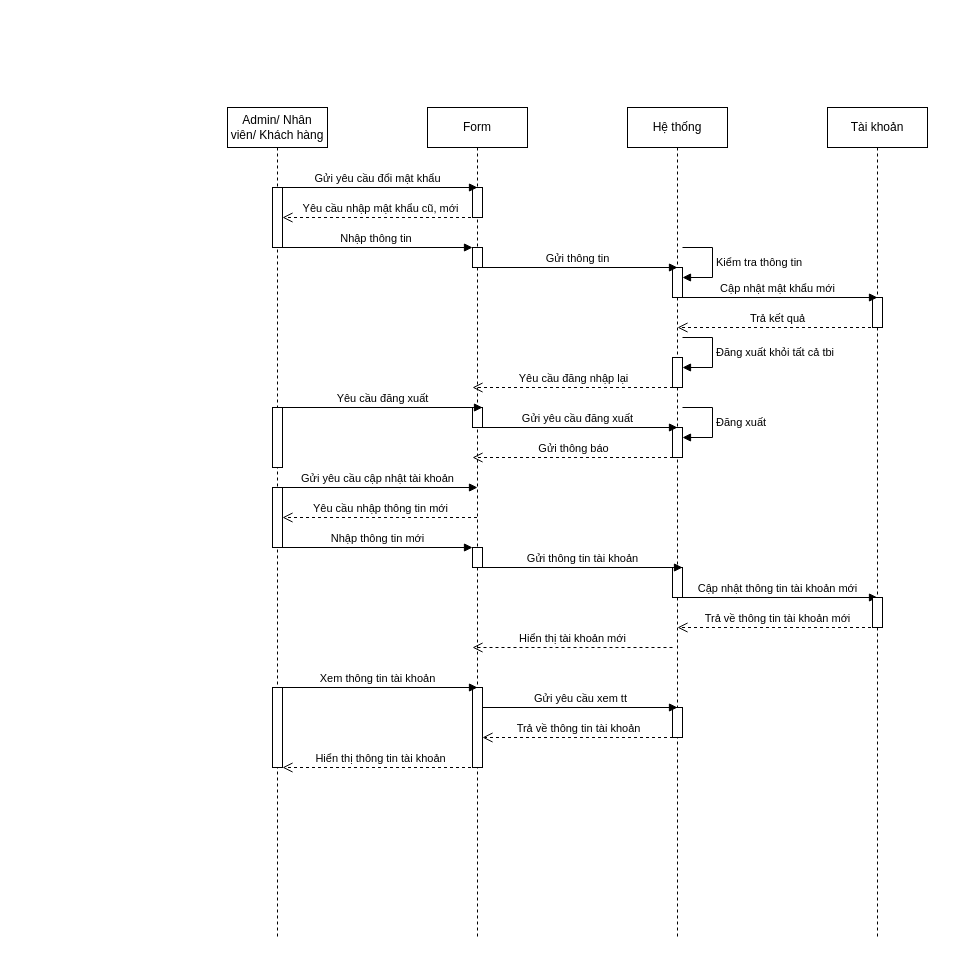
Above: page "Page-1" (1 of 5) of SD/SD_QUANLYTAIKHOANCANHAN.drawio in hieuNV0871/da (draw.io), before the change. Source tidied: cells renumbered, new cells numbered last; positions are measured from the earlier drawing's top-left corner, leaving out a move shared by most shapes. Both pictures are drawn from the tidied source at 100%, with x=0, y=0 at pixel (227, 107).
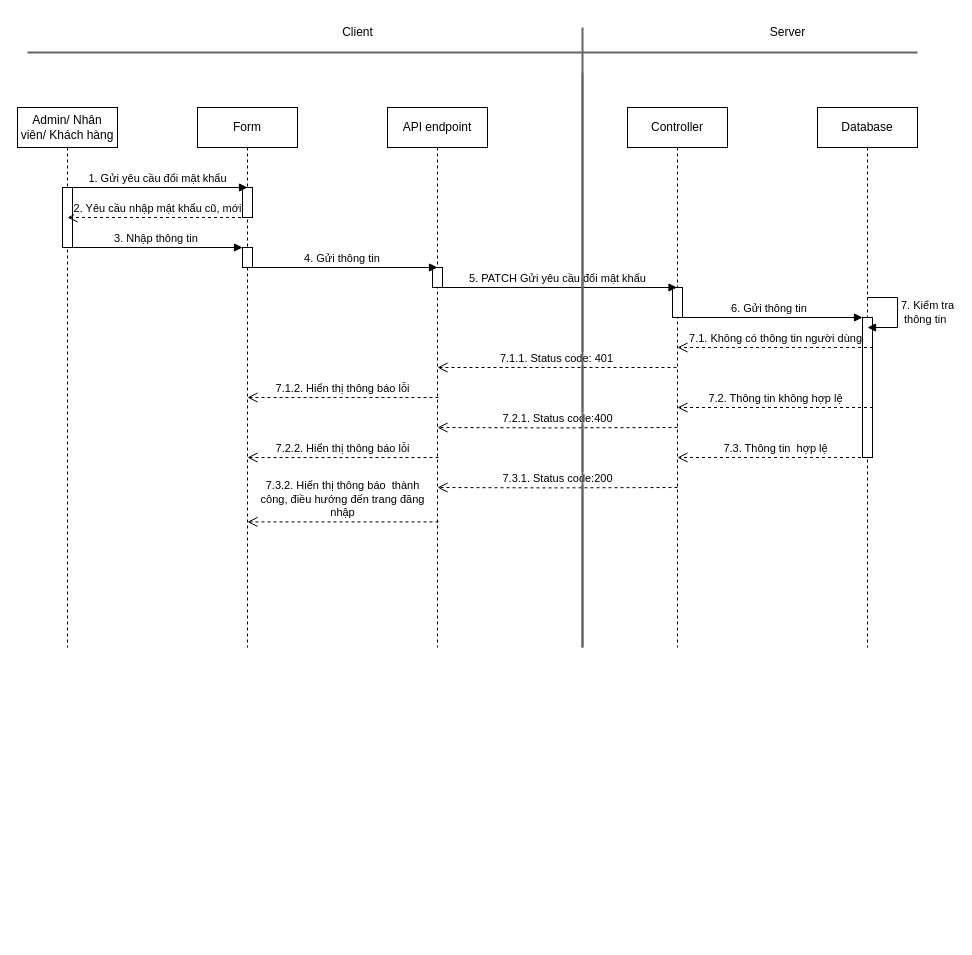
The same page after the edit.

Unchanged cells that the change refers to:
```xml
<mxCell id="3" style="html=1;points=[[0,0,0,0,5],[0,1,0,0,-5],[1,0,0,0,5],[1,1,0,0,-5]];perimeter=orthogonalPerimeter;outlineConnect=0;targetShapes=umlLifeline;portConstraint=eastwest;newEdgeStyle={&quot;curved&quot;:0,&quot;rounded&quot;:0};" parent="2" vertex="1">
  <mxGeometry x="45" y="80" width="10" height="60" as="geometry" />
</mxCell>
<mxCell id="7" style="html=1;points=[[0,0,0,0,5],[0,1,0,0,-5],[1,0,0,0,5],[1,1,0,0,-5]];perimeter=orthogonalPerimeter;outlineConnect=0;targetShapes=umlLifeline;portConstraint=eastwest;newEdgeStyle={&quot;curved&quot;:0,&quot;rounded&quot;:0};" parent="5" vertex="1">
  <mxGeometry x="45" y="140" width="10" height="20" as="geometry" />
</mxCell>
```

Diff of the diagram source:
```diff
@@
     <mxCell id="2" value="Admin/ Nhân viên/ Khách hàng" style="shape=umlLifeline;perimeter=lifelinePerimeter;whiteSpace=wrap;html=1;newEdgeStyle={&quot;curved&quot;:0,&quot;rounded&quot;:0};" parent="1" vertex="1">
-      <mxGeometry width="100" height="830" as="geometry" />
+      <mxGeometry x="-210" width="100" height="540" as="geometry" />
     </mxCell>
@@
-    <mxCell id="4" style="html=1;perimeter=orthogonalPerimeter;targetShapes=umlLifeline;newEdgeStyle={&quot;curved&quot;:0,&quot;rounded&quot;:0};" parent="2" vertex="1">
-      <mxGeometry x="45" y="300" width="10" height="60" as="geometry" />
-    </mxCell>
     <mxCell id="5" value="Form" style="shape=umlLifeline;perimeter=lifelinePerimeter;whiteSpace=wrap;html=1;newEdgeStyle={&quot;curved&quot;:0,&quot;rounded&quot;:0};" parent="1" vertex="1">
-      <mxGeometry x="200" width="100" height="830" as="geometry" />
+      <mxGeometry x="-30" width="100" height="540" as="geometry" />
     </mxCell>
@@
-    <mxCell id="8" style="html=1;perimeter=orthogonalPerimeter;targetShapes=umlLifeline;newEdgeStyle={&quot;curved&quot;:0,&quot;rounded&quot;:0};" parent="5" vertex="1">
-      <mxGeometry x="45" y="300" width="10" height="20" as="geometry" />
-    </mxCell>
-    <mxCell id="9" style="html=1;points=[[0,0,0,0,5],[0,1,0,0,-5],[1,0,0,0,5],[1,1,0,0,-5]];perimeter=orthogonalPerimeter;outlineConnect=0;targetShapes=umlLifeline;portConstraint=eastwest;newEdgeStyle={&quot;curved&quot;:0,&quot;rounded&quot;:0};" parent="5" vertex="1">
-      <mxGeometry x="45" y="580" width="10" height="80" as="geometry" />
-    </mxCell>
-    <mxCell id="10" value="Hệ thống" style="shape=umlLifeline;perimeter=lifelinePerimeter;whiteSpace=wrap;html=1;outlineConnect=0;portConstraint=eastwest;newEdgeStyle={&quot;curved&quot;:0,&quot;rounded&quot;:0};" parent="1" vertex="1">
-      <mxGeometry x="400" width="100" height="830" as="geometry" />
+    <mxCell id="10" value="Controller" style="shape=umlLifeline;perimeter=lifelinePerimeter;whiteSpace=wrap;html=1;outlineConnect=0;portConstraint=eastwest;newEdgeStyle={&quot;curved&quot;:0,&quot;rounded&quot;:0};" parent="1" vertex="1">
+      <mxGeometry x="400" width="100" height="540" as="geometry" />
     </mxCell>
     <mxCell id="11" style="html=1;points=[[0,0,0,0,5],[0,1,0,0,-5],[1,0,0,0,5],[1,1,0,0,-5]];perimeter=orthogonalPerimeter;outlineConnect=0;targetShapes=umlLifeline;portConstraint=eastwest;newEdgeStyle={&quot;curved&quot;:0,&quot;rounded&quot;:0};" parent="10" vertex="1">
-      <mxGeometry x="45" y="160" width="10" height="30" as="geometry" />
+      <mxGeometry x="45" y="180" width="10" height="30" as="geometry" />
     </mxCell>
-    <mxCell id="12" value="Kiểm tra thông tin" style="html=1;align=left;spacingLeft=2;endArrow=block;rounded=0;edgeStyle=orthogonalEdgeStyle;curved=0;rounded=0;" parent="10" edge="1" target="11">
-      <mxGeometry relative="1" as="geometry">
-        <mxPoint x="55" y="140" as="sourcePoint" />
-        <Array as="points">
-          <mxPoint x="85" y="170" />
-        </Array>
-      </mxGeometry>
-    </mxCell>
-    <mxCell id="13" style="html=1;perimeter=orthogonalPerimeter;targetShapes=umlLifeline;newEdgeStyle={&quot;curved&quot;:0,&quot;rounded&quot;:0};" parent="10" vertex="1">
-      <mxGeometry x="45" y="460" width="10" height="30" as="geometry" />
-    </mxCell>
-    <mxCell id="14" value="Gửi yêu cầu cập nhật tài khoản" style="html=1;verticalAlign=bottom;endArrow=block;curved=0;rounded=0;" parent="10" edge="1">
-      <mxGeometry relative="1" as="geometry">
-        <mxPoint x="-350" y="380" as="sourcePoint" />
-        <mxPoint x="-150" y="380" as="targetPoint" />
-      </mxGeometry>
-    </mxCell>
-    <mxCell id="15" style="html=1;points=[[0,0,0,0,5],[0,1,0,0,-5],[1,0,0,0,5],[1,1,0,0,-5]];perimeter=orthogonalPerimeter;outlineConnect=0;targetShapes=umlLifeline;portConstraint=eastwest;newEdgeStyle={&quot;curved&quot;:0,&quot;rounded&quot;:0};" parent="10" vertex="1">
-      <mxGeometry x="-355" y="380" width="10" height="60" as="geometry" />
-    </mxCell>
-    <mxCell id="16" value="Yêu cầu nhập thông tin mới" style="html=1;verticalAlign=bottom;endArrow=open;dashed=1;endSize=8;curved=0;rounded=0;" parent="10" edge="1">
-      <mxGeometry relative="1" as="geometry">
-        <mxPoint x="-150.5" y="410" as="sourcePoint" />
-        <mxPoint x="-345" y="410" as="targetPoint" />
-        <Array as="points">
-          <mxPoint x="-250" y="410" />
-        </Array>
-      </mxGeometry>
-    </mxCell>
-    <mxCell id="17" value="Nhập thông tin mới" style="html=1;verticalAlign=bottom;endArrow=block;curved=0;rounded=0;" parent="10" edge="1" source="15" target="19">
-      <mxGeometry relative="1" as="geometry" />
-    </mxCell>
-    <mxCell id="18" value="Gửi thông tin tài khoản" style="html=1;verticalAlign=bottom;endArrow=block;curved=0;rounded=0;" parent="10" edge="1">
-      <mxGeometry relative="1" as="geometry">
-        <mxPoint x="-145" y="460" as="sourcePoint" />
-        <mxPoint x="55" y="460" as="targetPoint" />
-      </mxGeometry>
-    </mxCell>
-    <mxCell id="19" style="html=1;points=[[0,0,0,0,5],[0,1,0,0,-5],[1,0,0,0,5],[1,1,0,0,-5]];perimeter=orthogonalPerimeter;outlineConnect=0;targetShapes=umlLifeline;portConstraint=eastwest;newEdgeStyle={&quot;curved&quot;:0,&quot;rounded&quot;:0};" parent="10" vertex="1">
-      <mxGeometry x="-155" y="440" width="10" height="20" as="geometry" />
-    </mxCell>
-    <mxCell id="20" value="Cập nhật thông tin tài khoản mới" style="html=1;verticalAlign=bottom;endArrow=block;curved=0;rounded=0;" parent="10" edge="1">
-      <mxGeometry relative="1" as="geometry">
-        <mxPoint x="50" y="490" as="sourcePoint" />
-        <mxPoint x="250" y="490" as="targetPoint" />
-      </mxGeometry>
-    </mxCell>
-    <mxCell id="21" value="Đăng xuất khỏi tất cả tbi" style="html=1;align=left;spacingLeft=2;endArrow=block;rounded=0;edgeStyle=orthogonalEdgeStyle;curved=0;rounded=0;" parent="10" edge="1" target="22">
-      <mxGeometry relative="1" as="geometry">
-        <mxPoint x="55" y="230" as="sourcePoint" />
-        <Array as="points">
-          <mxPoint x="85" y="260" />
-        </Array>
-      </mxGeometry>
-    </mxCell>
-    <mxCell id="22" style="html=1;points=[[0,0,0,0,5],[0,1,0,0,-5],[1,0,0,0,5],[1,1,0,0,-5]];perimeter=orthogonalPerimeter;outlineConnect=0;targetShapes=umlLifeline;portConstraint=eastwest;newEdgeStyle={&quot;curved&quot;:0,&quot;rounded&quot;:0};" parent="10" vertex="1">
-      <mxGeometry x="45" y="250" width="10" height="30" as="geometry" />
-    </mxCell>
-    <mxCell id="23" style="html=1;points=[[0,0,0,0,5],[0,1,0,0,-5],[1,0,0,0,5],[1,1,0,0,-5]];perimeter=orthogonalPerimeter;outlineConnect=0;targetShapes=umlLifeline;portConstraint=eastwest;newEdgeStyle={&quot;curved&quot;:0,&quot;rounded&quot;:0};" parent="10" vertex="1">
-      <mxGeometry x="45" y="320" width="10" height="30" as="geometry" />
-    </mxCell>
-    <mxCell id="24" value="Đăng xuất" style="html=1;align=left;spacingLeft=2;endArrow=block;rounded=0;edgeStyle=orthogonalEdgeStyle;curved=0;rounded=0;" parent="10" edge="1" target="23">
-      <mxGeometry relative="1" as="geometry">
-        <mxPoint x="55" y="300" as="sourcePoint" />
-        <Array as="points">
-          <mxPoint x="85" y="330" />
-        </Array>
-      </mxGeometry>
-    </mxCell>
-    <mxCell id="25" style="html=1;perimeter=orthogonalPerimeter;targetShapes=umlLifeline;newEdgeStyle={&quot;curved&quot;:0,&quot;rounded&quot;:0};" parent="10" vertex="1">
-      <mxGeometry x="45" y="600" width="10" height="30" as="geometry" />
-    </mxCell>
-    <mxCell id="26" value="Yêu cầu nhập mật khẩu cũ, mới" style="html=1;verticalAlign=bottom;endArrow=open;dashed=1;endSize=8;curved=0;rounded=0;" parent="1" edge="1">
+    <mxCell id="26" value="2. Yêu cầu nhập mật khẩu cũ, mới" style="html=1;verticalAlign=bottom;endArrow=open;dashed=1;endSize=8;curved=0;rounded=0;" parent="1" edge="1">
       <mxGeometry relative="1" as="geometry">
-        <mxPoint x="249.5" y="110" as="sourcePoint" />
-        <mxPoint x="55" y="110" as="targetPoint" />
+        <mxPoint x="19.5" y="110" as="sourcePoint" />
+        <mxPoint x="-160" y="110" as="targetPoint" />
         <Array as="points">
-          <mxPoint x="150" y="110" />
+          <mxPoint x="-80" y="110" />
         </Array>
       </mxGeometry>
     </mxCell>
-    <mxCell id="27" value="Nhập thông tin&amp;nbsp;" style="html=1;verticalAlign=bottom;endArrow=block;curved=0;rounded=0;" parent="1" edge="1" source="3" target="7">
+    <mxCell id="27" value="3. Nhập thông tin&amp;nbsp;" style="html=1;verticalAlign=bottom;endArrow=block;curved=0;rounded=0;" parent="1" edge="1" source="3" target="7">
       <mxGeometry relative="1" as="geometry" />
     </mxCell>
-    <mxCell id="28" value="Gửi yêu cầu đổi mật khẩu" style="html=1;verticalAlign=bottom;endArrow=block;curved=0;rounded=0;" parent="1" edge="1">
+    <mxCell id="28" value="1. Gửi yêu cầu đổi mật khẩu" style="html=1;verticalAlign=bottom;endArrow=block;curved=0;rounded=0;" parent="1" edge="1">
       <mxGeometry relative="1" as="geometry">
-        <mxPoint x="50" y="80" as="sourcePoint" />
-        <mxPoint x="250" y="80" as="targetPoint" />
+        <mxPoint x="-160" y="80" as="sourcePoint" />
+        <mxPoint x="20" y="80" as="targetPoint" />
       </mxGeometry>
     </mxCell>
-    <mxCell id="29" value="Gửi thông tin" style="html=1;verticalAlign=bottom;endArrow=block;curved=0;rounded=0;" parent="1" edge="1">
+    <mxCell id="29" value="5. PATCH Gửi yêu cầu đổi mật khẩu" style="html=1;verticalAlign=bottom;endArrow=block;curved=0;rounded=0;" parent="1" edge="1" target="10">
       <mxGeometry relative="1" as="geometry">
-        <mxPoint x="250" y="160" as="sourcePoint" />
-        <mxPoint x="450" y="160" as="targetPoint" />
+        <mxPoint x="210" y="180" as="sourcePoint" />
       </mxGeometry>
     </mxCell>
-    <mxCell id="30" value="Trả kết quả" style="html=1;verticalAlign=bottom;endArrow=open;dashed=1;endSize=8;curved=0;rounded=0;" parent="1" edge="1">
-      <mxGeometry relative="1" as="geometry">
-        <mxPoint x="649.5" y="220" as="sourcePoint" />
-        <mxPoint x="450" y="220" as="targetPoint" />
-        <Array as="points">
-          <mxPoint x="525" y="220" />
-        </Array>
-      </mxGeometry>
-    </mxCell>
-    <mxCell id="31" value="Tài khoản" style="shape=umlLifeline;perimeter=lifelinePerimeter;whiteSpace=wrap;html=1;newEdgeStyle={&quot;curved&quot;:0,&quot;rounded&quot;:0};" parent="1" vertex="1">
-      <mxGeometry x="600" width="100" height="830" as="geometry" />
+    <mxCell id="31" value="Database" style="shape=umlLifeline;perimeter=lifelinePerimeter;whiteSpace=wrap;html=1;newEdgeStyle={&quot;curved&quot;:0,&quot;rounded&quot;:0};" parent="1" vertex="1">
+      <mxGeometry x="590" width="100" height="540" as="geometry" />
     </mxCell>
     <mxCell id="32" style="html=1;points=[[0,0,0,0,5],[0,1,0,0,-5],[1,0,0,0,5],[1,1,0,0,-5]];perimeter=orthogonalPerimeter;outlineConnect=0;targetShapes=umlLifeline;portConstraint=eastwest;newEdgeStyle={&quot;curved&quot;:0,&quot;rounded&quot;:0};" parent="31" vertex="1">
-      <mxGeometry x="45" y="190" width="10" height="30" as="geometry" />
+      <mxGeometry x="45" y="210" width="10" height="140" as="geometry" />
     </mxCell>
-    <mxCell id="33" style="html=1;perimeter=orthogonalPerimeter;targetShapes=umlLifeline;newEdgeStyle={&quot;curved&quot;:0,&quot;rounded&quot;:0};" parent="31" vertex="1">
-      <mxGeometry x="45" y="490" width="10" height="30" as="geometry" />
-    </mxCell>
-    <mxCell id="34" value="Yêu cầu đăng nhập lại" style="html=1;verticalAlign=bottom;endArrow=open;dashed=1;endSize=8;curved=0;rounded=0;" parent="1" edge="1">
-      <mxGeometry relative="1" as="geometry">
-        <mxPoint x="445.5" y="280" as="sourcePoint" />
-        <mxPoint x="245" y="280" as="targetPoint" />
-        <Array as="points">
-          <mxPoint x="346" y="280" />
-        </Array>
-      </mxGeometry>
-    </mxCell>
-    <mxCell id="35" value="Cập nhật mật khẩu mới" style="html=1;verticalAlign=bottom;endArrow=block;curved=0;rounded=0;" parent="1" edge="1">
-      <mxGeometry relative="1" as="geometry">
-        <mxPoint x="450" y="190" as="sourcePoint" />
-        <mxPoint x="650" y="190" as="targetPoint" />
-      </mxGeometry>
-    </mxCell>
-    <mxCell id="36" value="Trả về thông tin tài khoản mới" style="html=1;verticalAlign=bottom;endArrow=open;dashed=1;endSize=8;curved=0;rounded=0;" parent="1" edge="1">
-      <mxGeometry relative="1" as="geometry">
-        <mxPoint x="649.5" y="520" as="sourcePoint" />
-        <mxPoint x="450" y="520" as="targetPoint" />
-        <Array as="points">
-          <mxPoint x="525" y="520" />
-        </Array>
-      </mxGeometry>
-    </mxCell>
-    <mxCell id="37" value="Xem thông tin tài khoản" style="html=1;verticalAlign=bottom;endArrow=block;curved=0;rounded=0;" parent="1" edge="1">
-      <mxGeometry relative="1" as="geometry">
-        <mxPoint x="50" y="580" as="sourcePoint" />
-        <mxPoint x="250" y="580" as="targetPoint" />
-      </mxGeometry>
-    </mxCell>
-    <mxCell id="38" value="Hiển thị thông tin tài khoản" style="html=1;verticalAlign=bottom;endArrow=open;dashed=1;endSize=8;curved=0;rounded=0;" parent="1" edge="1">
-      <mxGeometry relative="1" as="geometry">
-        <mxPoint x="249.5" y="660" as="sourcePoint" />
-        <mxPoint x="55" y="660" as="targetPoint" />
-      </mxGeometry>
-    </mxCell>
-    <mxCell id="39" style="html=1;perimeter=orthogonalPerimeter;targetShapes=umlLifeline;newEdgeStyle={&quot;curved&quot;:0,&quot;rounded&quot;:0};" parent="1" vertex="1">
-      <mxGeometry x="45" y="580" width="10" height="80" as="geometry" />
-    </mxCell>
-    <mxCell id="40" value="Yêu cầu đăng xuất" style="html=1;verticalAlign=bottom;endArrow=block;curved=0;rounded=0;" parent="1" edge="1">
-      <mxGeometry relative="1" as="geometry">
-        <mxPoint x="55" y="300" as="sourcePoint" />
-        <mxPoint x="255" y="300" as="targetPoint" />
-      </mxGeometry>
-    </mxCell>
-    <mxCell id="41" value="Gửi yêu cầu đăng xuất" style="html=1;verticalAlign=bottom;endArrow=block;curved=0;rounded=0;" parent="1" edge="1">
-      <mxGeometry relative="1" as="geometry">
-        <mxPoint x="250" y="320" as="sourcePoint" />
-        <mxPoint x="450" y="320" as="targetPoint" />
-      </mxGeometry>
-    </mxCell>
-    <mxCell id="42" value="Gửi thông báo" style="html=1;verticalAlign=bottom;endArrow=open;dashed=1;endSize=8;curved=0;rounded=0;" parent="1" edge="1">
-      <mxGeometry relative="1" as="geometry">
-        <mxPoint x="445.5" y="350" as="sourcePoint" />
-        <mxPoint x="245" y="350" as="targetPoint" />
-        <Array as="points">
-          <mxPoint x="346" y="350" />
-        </Array>
-      </mxGeometry>
-    </mxCell>
-    <mxCell id="43" value="Hiển thị tài khoản mới" style="html=1;verticalAlign=bottom;endArrow=open;dashed=1;endSize=8;curved=0;rounded=0;" parent="1" edge="1">
-      <mxGeometry relative="1" as="geometry">
-        <mxPoint x="445" y="540" as="sourcePoint" />
-        <mxPoint x="245" y="540" as="targetPoint" />
-      </mxGeometry>
-    </mxCell>
-    <mxCell id="44" value="Gửi yêu cầu xem tt" style="html=1;verticalAlign=bottom;endArrow=block;curved=0;rounded=0;" parent="1" edge="1" source="9">
-      <mxGeometry relative="1" as="geometry">
-        <mxPoint x="450" y="600" as="targetPoint" />
-      </mxGeometry>
-    </mxCell>
-    <mxCell id="45" value="Trả về thông tin tài khoản" style="html=1;verticalAlign=bottom;endArrow=open;dashed=1;endSize=8;curved=0;rounded=0;" parent="1" edge="1" target="9">
-      <mxGeometry relative="1" as="geometry">
-        <mxPoint x="445.5" y="630" as="sourcePoint" />
-      </mxGeometry>
-    </mxCell>
+    <mxCell id="46" style="line;strokeWidth=2;html=1;fillColor=#f5f5f5;fontColor=#333333;strokeColor=#666666;" parent="1" vertex="1">
+      <mxGeometry x="-200" y="-60" width="890" height="10" as="geometry" />
+    </mxCell>
+    <mxCell id="47" value="Server" style="text;html=1;align=center;verticalAlign=middle;strokeColor=none;fillColor=none;" parent="1" vertex="1">
+      <mxGeometry x="530" y="-90" width="60" height="30" as="geometry" />
+    </mxCell>
+    <mxCell id="48" value="Client" style="text;html=1;align=center;verticalAlign=middle;strokeColor=none;fillColor=none;" parent="1" vertex="1">
+      <mxGeometry x="105" y="-90" width="50" height="30" as="geometry" />
+    </mxCell>
+    <mxCell id="49" style="line;strokeWidth=2;direction=south;html=1;fillColor=#f5f5f5;fontColor=#333333;strokeColor=#666666;" parent="1" vertex="1">
+      <mxGeometry x="350" y="-80" width="10" height="620" as="geometry" />
+    </mxCell>
+    <mxCell id="50" value="API endpoint" style="shape=umlLifeline;perimeter=lifelinePerimeter;whiteSpace=wrap;html=1;newEdgeStyle={&quot;curved&quot;:0,&quot;rounded&quot;:0};" parent="1" vertex="1">
+      <mxGeometry x="160" width="100" height="540" as="geometry" />
+    </mxCell>
+    <mxCell id="51" style="html=1;perimeter=orthogonalPerimeter;targetShapes=umlLifeline;newEdgeStyle={&quot;curved&quot;:0,&quot;rounded&quot;:0};" parent="50" vertex="1">
+      <mxGeometry x="45" y="160" width="10" height="20" as="geometry" />
+    </mxCell>
+    <mxCell id="52" value="4. Gửi thông tin&amp;nbsp;" style="html=1;verticalAlign=bottom;endArrow=block;curved=0;rounded=0;" parent="1" edge="1">
+      <mxGeometry relative="1" as="geometry">
+        <mxPoint x="20.5" y="160" as="sourcePoint" />
+        <mxPoint x="210" y="160" as="targetPoint" />
+      </mxGeometry>
+    </mxCell>
+    <mxCell id="12" value="7. Kiểm tra&lt;br&gt;&amp;nbsp;thông tin" style="html=1;align=left;spacingLeft=2;endArrow=block;rounded=0;edgeStyle=orthogonalEdgeStyle;curved=0;rounded=0;" parent="1" edge="1">
+      <mxGeometry relative="1" as="geometry">
+        <mxPoint x="640" y="190" as="sourcePoint" />
+        <mxPoint x="640" y="220" as="targetPoint" />
+        <Array as="points">
+          <mxPoint x="670" y="220" />
+        </Array>
+      </mxGeometry>
+    </mxCell>
+    <mxCell id="53" value="6. Gửi thông tin&amp;nbsp;" style="html=1;verticalAlign=bottom;endArrow=block;curved=0;rounded=0;" parent="1" edge="1" target="32">
+      <mxGeometry relative="1" as="geometry">
+        <mxPoint x="450" y="210" as="sourcePoint" />
+      </mxGeometry>
+    </mxCell>
+    <mxCell id="54" value="7.1. Không có thông tin người dùng" style="html=1;verticalAlign=bottom;endArrow=open;dashed=1;endSize=8;curved=0;rounded=0;" parent="1" edge="1">
+      <mxGeometry relative="1" as="geometry">
+        <mxPoint x="645.5" y="240" as="sourcePoint" />
+        <mxPoint x="450" y="240" as="targetPoint" />
+        <Array as="points">
+          <mxPoint x="485.5" y="240" />
+        </Array>
+      </mxGeometry>
+    </mxCell>
+    <mxCell id="55" value="7.2. Thông tin không hợp lệ" style="html=1;verticalAlign=bottom;endArrow=open;dashed=1;endSize=8;curved=0;rounded=0;" parent="1" edge="1">
+      <mxGeometry relative="1" as="geometry">
+        <mxPoint x="645.5" y="300" as="sourcePoint" />
+        <mxPoint x="450" y="300" as="targetPoint" />
+      </mxGeometry>
+    </mxCell>
+    <mxCell id="56" value="7.1.1. Status code: 401" style="html=1;verticalAlign=bottom;endArrow=open;dashed=1;endSize=8;curved=0;rounded=0;" parent="1" edge="1">
+      <mxGeometry relative="1" as="geometry">
+        <mxPoint x="449" y="260" as="sourcePoint" />
+        <mxPoint x="210" y="260" as="targetPoint" />
+        <Array as="points">
+          <mxPoint x="310.5" y="260" />
+        </Array>
+      </mxGeometry>
+    </mxCell>
+    <mxCell id="57" value="7.2.1. Status code:400" style="html=1;verticalAlign=bottom;endArrow=open;dashed=1;endSize=8;curved=0;rounded=0;" parent="1" edge="1">
+      <mxGeometry relative="1" as="geometry">
+        <mxPoint x="450" y="320" as="sourcePoint" />
+        <mxPoint x="210" y="320" as="targetPoint" />
+        <Array as="points">
+          <mxPoint x="320.5" y="320.4" />
+        </Array>
+      </mxGeometry>
+    </mxCell>
+    <mxCell id="58" value="7.1.2. Hiển thị thông báo lỗi" style="html=1;verticalAlign=bottom;endArrow=open;dashed=1;endSize=8;curved=0;rounded=0;" parent="1" edge="1">
+      <mxGeometry relative="1" as="geometry">
+        <mxPoint x="211" y="290" as="sourcePoint" />
+        <mxPoint x="20" y="290" as="targetPoint" />
+      </mxGeometry>
+    </mxCell>
+    <mxCell id="59" value="7.3. Thông tin&amp;nbsp; hợp lệ" style="html=1;verticalAlign=bottom;endArrow=open;dashed=1;endSize=8;curved=0;rounded=0;" parent="1" edge="1">
+      <mxGeometry relative="1" as="geometry">
+        <mxPoint x="645.5" y="350" as="sourcePoint" />
+        <mxPoint x="450" y="350" as="targetPoint" />
+      </mxGeometry>
+    </mxCell>
+    <mxCell id="60" value="7.3.1. Status code:200" style="html=1;verticalAlign=bottom;endArrow=open;dashed=1;endSize=8;curved=0;rounded=0;" parent="1" edge="1">
+      <mxGeometry relative="1" as="geometry">
+        <mxPoint x="450" y="380" as="sourcePoint" />
+        <mxPoint x="210" y="380" as="targetPoint" />
+        <Array as="points">
+          <mxPoint x="320.5" y="380.4" />
+        </Array>
+      </mxGeometry>
+    </mxCell>
+    <mxCell id="61" style="line;strokeWidth=2;direction=south;html=1;fillColor=#f5f5f5;fontColor=#333333;strokeColor=#666666;" parent="1" vertex="1">
+      <mxGeometry x="350" y="-35" width="10" height="575" as="geometry" />
+    </mxCell>
+    <mxCell id="62" value="7.2.2. Hiển thị thông báo lỗi" style="html=1;verticalAlign=bottom;endArrow=open;dashed=1;endSize=8;curved=0;rounded=0;" parent="1" edge="1">
+      <mxGeometry relative="1" as="geometry">
+        <mxPoint x="211" y="350" as="sourcePoint" />
+        <mxPoint x="20" y="350" as="targetPoint" />
+      </mxGeometry>
+    </mxCell>
+    <mxCell id="63" value="7.3.2. Hiển thị thông báo&amp;nbsp; thành&lt;br&gt;công, điều hướng đến trang đăng&lt;br&gt;nhập" style="html=1;verticalAlign=bottom;endArrow=open;dashed=1;endSize=8;curved=0;rounded=0;" parent="1" edge="1">
+      <mxGeometry relative="1" as="geometry">
+        <mxPoint x="211" y="414.4" as="sourcePoint" />
+        <mxPoint x="20" y="414.4" as="targetPoint" />
+      </mxGeometry>
+    </mxCell>
```
